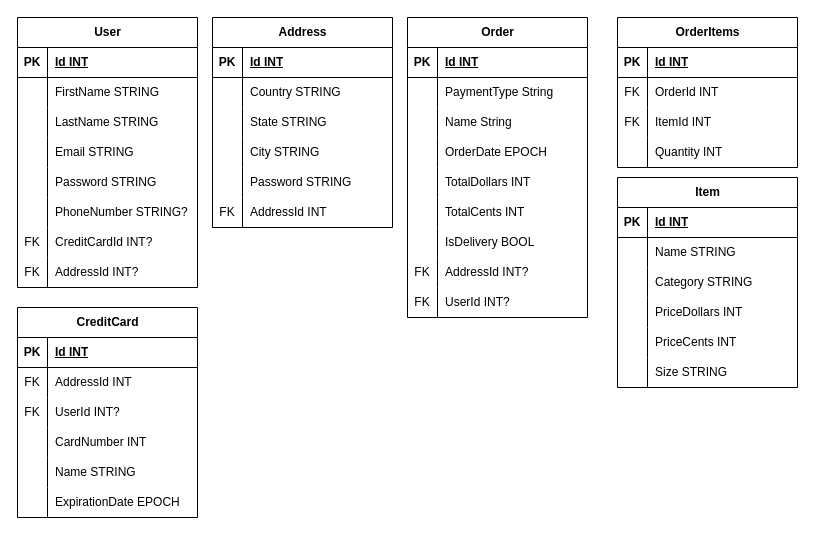
The draw.io diagram Docs/DB_Entities.drawio in bearcrump/wavydaves, before the edit. Source tidied: cells renumbered, new cells numbered last; positions are measured from the earlier drawing's top-left corner, leaving out a move shared by most shapes. Both pictures are drawn from the tidied source at 100%, with x=0, y=0 at pixel (17, 17).
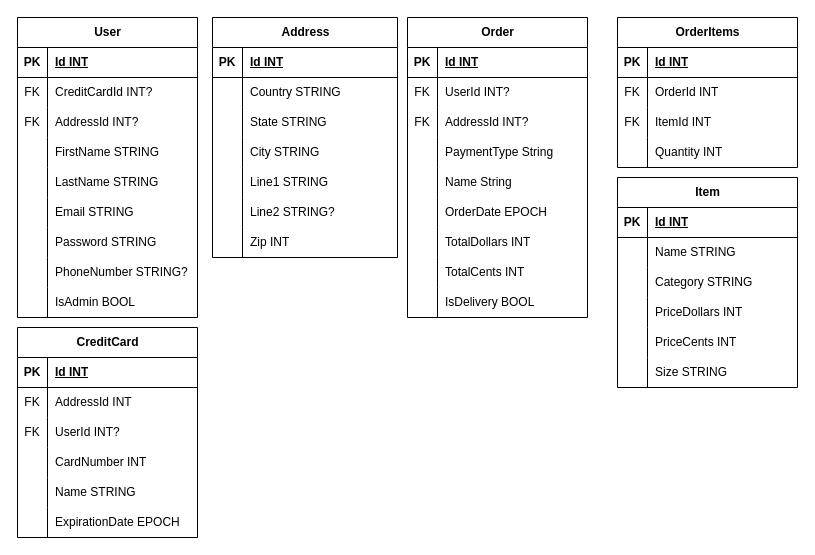
The same page after the edit.

The change refers to these unchanged cells:
```xml
<mxCell id="46" value="Order" style="shape=table;startSize=30;childLayout=tableLayout;rowLines=0;fontStyle=1;align=center;html=1;" parent="1" vertex="1">
  <mxGeometry x="390" width="180" height="300" as="geometry" />
</mxCell>
```

What changed in the source:
```diff
@@
     <mxCell id="2" value="&lt;div&gt;User&lt;/div&gt;" style="shape=table;startSize=30;childLayout=tableLayout;rowLines=0;fontStyle=1;align=center;html=1;" parent="1" vertex="1">
-      <mxGeometry width="180" height="270" as="geometry" />
+      <mxGeometry width="180" height="300" as="geometry" />
     </mxCell>
@@
+    <mxCell id="21" style="shape=tableRow;horizontal=0;startSize=0;swimlaneHead=0;swimlaneBody=0;fillColor=none;top=0;left=0;right=0;bottom=0;" parent="2" vertex="1">
+      <mxGeometry y="60" width="180" height="30" as="geometry" />
+    </mxCell>
+    <mxCell id="22" value="&lt;div&gt;FK&lt;/div&gt;" style="shape=partialRectangle;fillColor=none;top=0;left=0;bottom=0;right=0;overflow=hidden;whiteSpace=wrap;html=1;" parent="21" vertex="1">
+      <mxGeometry width="30" height="30" as="geometry" />
+    </mxCell>
+    <mxCell id="23" value="CreditCardId INT?" style="shape=partialRectangle;fillColor=none;top=0;left=0;bottom=0;right=0;align=left;spacingLeft=6;overflow=hidden;whiteSpace=wrap;html=1;" parent="21" vertex="1">
+      <mxGeometry x="30" width="150" height="30" as="geometry" />
+    </mxCell>
+    <mxCell id="24" style="shape=tableRow;horizontal=0;startSize=0;swimlaneHead=0;swimlaneBody=0;fillColor=none;top=0;left=0;right=0;bottom=0;" parent="2" vertex="1">
+      <mxGeometry y="90" width="180" height="30" as="geometry" />
+    </mxCell>
+    <mxCell id="25" value="FK" style="shape=partialRectangle;fillColor=none;top=0;left=0;bottom=0;right=0;overflow=hidden;whiteSpace=wrap;html=1;" parent="24" vertex="1">
+      <mxGeometry width="30" height="30" as="geometry" />
+    </mxCell>
+    <mxCell id="26" value="AddressId INT?" style="shape=partialRectangle;fillColor=none;top=0;left=0;bottom=0;right=0;align=left;spacingLeft=6;overflow=hidden;whiteSpace=wrap;html=1;" parent="24" vertex="1">
+      <mxGeometry x="30" width="150" height="30" as="geometry" />
+    </mxCell>
     <mxCell id="6" style="shape=tableRow;horizontal=0;startSize=0;swimlaneHead=0;swimlaneBody=0;fillColor=none;top=0;left=0;right=0;bottom=0;" parent="2" vertex="1">
-      <mxGeometry y="60" width="180" height="30" as="geometry" />
+      <mxGeometry y="120" width="180" height="30" as="geometry" />
     </mxCell>
@@
     <mxCell id="9" style="shape=tableRow;horizontal=0;startSize=0;swimlaneHead=0;swimlaneBody=0;fillColor=none;top=0;left=0;right=0;bottom=0;" parent="2" vertex="1">
-      <mxGeometry y="90" width="180" height="30" as="geometry" />
+      <mxGeometry y="150" width="180" height="30" as="geometry" />
     </mxCell>
@@
     <mxCell id="12" style="shape=tableRow;horizontal=0;startSize=0;swimlaneHead=0;swimlaneBody=0;fillColor=none;top=0;left=0;right=0;bottom=0;" parent="2" vertex="1">
-      <mxGeometry y="120" width="180" height="30" as="geometry" />
+      <mxGeometry y="180" width="180" height="30" as="geometry" />
     </mxCell>
@@
     <mxCell id="15" style="shape=tableRow;horizontal=0;startSize=0;swimlaneHead=0;swimlaneBody=0;fillColor=none;top=0;left=0;right=0;bottom=0;" parent="2" vertex="1">
-      <mxGeometry y="150" width="180" height="30" as="geometry" />
+      <mxGeometry y="210" width="180" height="30" as="geometry" />
     </mxCell>
@@
     <mxCell id="18" style="shape=tableRow;horizontal=0;startSize=0;swimlaneHead=0;swimlaneBody=0;fillColor=none;top=0;left=0;right=0;bottom=0;" parent="2" vertex="1">
-      <mxGeometry y="180" width="180" height="30" as="geometry" />
+      <mxGeometry y="240" width="180" height="30" as="geometry" />
     </mxCell>
@@
-    <mxCell id="21" style="shape=tableRow;horizontal=0;startSize=0;swimlaneHead=0;swimlaneBody=0;fillColor=none;top=0;left=0;right=0;bottom=0;" parent="2" vertex="1">
-      <mxGeometry y="210" width="180" height="30" as="geometry" />
-    </mxCell>
-    <mxCell id="22" value="&lt;div&gt;FK&lt;/div&gt;" style="shape=partialRectangle;fillColor=none;top=0;left=0;bottom=0;right=0;overflow=hidden;whiteSpace=wrap;html=1;" parent="21" vertex="1">
-      <mxGeometry width="30" height="30" as="geometry" />
-    </mxCell>
-    <mxCell id="23" value="CreditCardId INT?" style="shape=partialRectangle;fillColor=none;top=0;left=0;bottom=0;right=0;align=left;spacingLeft=6;overflow=hidden;whiteSpace=wrap;html=1;" parent="21" vertex="1">
-      <mxGeometry x="30" width="150" height="30" as="geometry" />
-    </mxCell>
-    <mxCell id="24" style="shape=tableRow;horizontal=0;startSize=0;swimlaneHead=0;swimlaneBody=0;fillColor=none;top=0;left=0;right=0;bottom=0;" parent="2" vertex="1">
-      <mxGeometry y="240" width="180" height="30" as="geometry" />
-    </mxCell>
-    <mxCell id="25" value="FK" style="shape=partialRectangle;fillColor=none;top=0;left=0;bottom=0;right=0;overflow=hidden;whiteSpace=wrap;html=1;" parent="24" vertex="1">
-      <mxGeometry width="30" height="30" as="geometry" />
-    </mxCell>
-    <mxCell id="26" value="AddressId INT?" style="shape=partialRectangle;fillColor=none;top=0;left=0;bottom=0;right=0;align=left;spacingLeft=6;overflow=hidden;whiteSpace=wrap;html=1;" parent="24" vertex="1">
-      <mxGeometry x="30" width="150" height="30" as="geometry" />
-    </mxCell>
+    <mxCell id="125" style="shape=tableRow;horizontal=0;startSize=0;swimlaneHead=0;swimlaneBody=0;fillColor=none;top=0;left=0;right=0;bottom=0;" parent="2" vertex="1">
+      <mxGeometry y="270" width="180" height="30" as="geometry" />
+    </mxCell>
+    <mxCell id="126" style="shape=partialRectangle;fillColor=none;top=0;left=0;bottom=0;right=0;overflow=hidden;whiteSpace=wrap;html=1;" parent="125" vertex="1">
+      <mxGeometry width="30" height="30" as="geometry" />
+    </mxCell>
+    <mxCell id="127" value="IsAdmin BOOL" style="shape=partialRectangle;fillColor=none;top=0;left=0;bottom=0;right=0;align=left;spacingLeft=6;overflow=hidden;whiteSpace=wrap;html=1;" parent="125" vertex="1">
+      <mxGeometry x="30" width="150" height="30" as="geometry" />
+    </mxCell>
     <mxCell id="27" value="Address" style="shape=table;startSize=30;childLayout=tableLayout;rowLines=0;fontStyle=1;align=center;html=1;" parent="1" vertex="1">
-      <mxGeometry x="195" width="180" height="210" as="geometry" />
+      <mxGeometry x="195" width="185" height="240" as="geometry" />
     </mxCell>
     <mxCell id="28" style="shape=tableRow;horizontal=0;startSize=0;swimlaneHead=0;swimlaneBody=0;fillColor=none;top=0;left=0;right=0;bottom=1;" parent="27" vertex="1">
-      <mxGeometry y="30" width="180" height="30" as="geometry" />
+      <mxGeometry y="30" width="185" height="30" as="geometry" />
     </mxCell>
@@
     <mxCell id="30" value="Id INT" style="shape=partialRectangle;fillColor=none;top=0;left=0;bottom=0;right=0;align=left;spacingLeft=6;fontStyle=5;overflow=hidden;whiteSpace=wrap;html=1;" parent="28" vertex="1">
-      <mxGeometry x="30" width="150" height="30" as="geometry" />
+      <mxGeometry x="30" width="155" height="30" as="geometry" />
     </mxCell>
     <mxCell id="31" style="shape=tableRow;horizontal=0;startSize=0;swimlaneHead=0;swimlaneBody=0;fillColor=none;top=0;left=0;right=0;bottom=0;" parent="27" vertex="1">
-      <mxGeometry y="60" width="180" height="30" as="geometry" />
+      <mxGeometry y="60" width="185" height="30" as="geometry" />
     </mxCell>
@@
     <mxCell id="33" value="&lt;div&gt;Country STRING&lt;/div&gt;" style="shape=partialRectangle;fillColor=none;top=0;left=0;bottom=0;right=0;align=left;spacingLeft=6;overflow=hidden;whiteSpace=wrap;html=1;" parent="31" vertex="1">
-      <mxGeometry x="30" width="150" height="30" as="geometry" />
+      <mxGeometry x="30" width="155" height="30" as="geometry" />
     </mxCell>
     <mxCell id="34" style="shape=tableRow;horizontal=0;startSize=0;swimlaneHead=0;swimlaneBody=0;fillColor=none;top=0;left=0;right=0;bottom=0;" parent="27" vertex="1">
-      <mxGeometry y="90" width="180" height="30" as="geometry" />
+      <mxGeometry y="90" width="185" height="30" as="geometry" />
     </mxCell>
@@
     <mxCell id="36" value="State STRING" style="shape=partialRectangle;fillColor=none;top=0;left=0;bottom=0;right=0;align=left;spacingLeft=6;overflow=hidden;whiteSpace=wrap;html=1;" parent="34" vertex="1">
-      <mxGeometry x="30" width="150" height="30" as="geometry" />
+      <mxGeometry x="30" width="155" height="30" as="geometry" />
     </mxCell>
     <mxCell id="37" style="shape=tableRow;horizontal=0;startSize=0;swimlaneHead=0;swimlaneBody=0;fillColor=none;top=0;left=0;right=0;bottom=0;" parent="27" vertex="1">
-      <mxGeometry y="120" width="180" height="30" as="geometry" />
+      <mxGeometry y="120" width="185" height="30" as="geometry" />
     </mxCell>
@@
     <mxCell id="39" value="City STRING" style="shape=partialRectangle;fillColor=none;top=0;left=0;bottom=0;right=0;align=left;spacingLeft=6;overflow=hidden;whiteSpace=wrap;html=1;" parent="37" vertex="1">
-      <mxGeometry x="30" width="150" height="30" as="geometry" />
+      <mxGeometry x="30" width="155" height="30" as="geometry" />
     </mxCell>
-    <mxCell id="40" style="shape=tableRow;horizontal=0;startSize=0;swimlaneHead=0;swimlaneBody=0;fillColor=none;top=0;left=0;right=0;bottom=0;" parent="27" vertex="1">
-      <mxGeometry y="150" width="180" height="30" as="geometry" />
-    </mxCell>
-    <mxCell id="41" style="shape=partialRectangle;fillColor=none;top=0;left=0;bottom=0;right=0;overflow=hidden;whiteSpace=wrap;html=1;" parent="40" vertex="1">
-      <mxGeometry width="30" height="30" as="geometry" />
-    </mxCell>
-    <mxCell id="42" value="Password STRING" style="shape=partialRectangle;fillColor=none;top=0;left=0;bottom=0;right=0;align=left;spacingLeft=6;overflow=hidden;whiteSpace=wrap;html=1;" parent="40" vertex="1">
-      <mxGeometry x="30" width="150" height="30" as="geometry" />
-    </mxCell>
-    <mxCell id="43" style="shape=tableRow;horizontal=0;startSize=0;swimlaneHead=0;swimlaneBody=0;fillColor=none;top=0;left=0;right=0;bottom=0;" parent="27" vertex="1">
-      <mxGeometry y="180" width="180" height="30" as="geometry" />
-    </mxCell>
-    <mxCell id="44" value="FK" style="shape=partialRectangle;fillColor=none;top=0;left=0;bottom=0;right=0;overflow=hidden;whiteSpace=wrap;html=1;" parent="43" vertex="1">
-      <mxGeometry width="30" height="30" as="geometry" />
-    </mxCell>
-    <mxCell id="45" value="AddressId INT" style="shape=partialRectangle;fillColor=none;top=0;left=0;bottom=0;right=0;align=left;spacingLeft=6;overflow=hidden;whiteSpace=wrap;html=1;" parent="43" vertex="1">
-      <mxGeometry x="30" width="150" height="30" as="geometry" />
-    </mxCell>
+    <mxCell id="128" style="shape=tableRow;horizontal=0;startSize=0;swimlaneHead=0;swimlaneBody=0;fillColor=none;top=0;left=0;right=0;bottom=0;" parent="27" vertex="1">
+      <mxGeometry y="150" width="185" height="30" as="geometry" />
+    </mxCell>
+    <mxCell id="129" style="shape=partialRectangle;fillColor=none;top=0;left=0;bottom=0;right=0;overflow=hidden;whiteSpace=wrap;html=1;" parent="128" vertex="1">
+      <mxGeometry width="30" height="30" as="geometry" />
+    </mxCell>
+    <mxCell id="130" value="Line1 STRING" style="shape=partialRectangle;fillColor=none;top=0;left=0;bottom=0;right=0;align=left;spacingLeft=6;overflow=hidden;whiteSpace=wrap;html=1;" parent="128" vertex="1">
+      <mxGeometry x="30" width="155" height="30" as="geometry" />
+    </mxCell>
+    <mxCell id="131" style="shape=tableRow;horizontal=0;startSize=0;swimlaneHead=0;swimlaneBody=0;fillColor=none;top=0;left=0;right=0;bottom=0;" parent="27" vertex="1">
+      <mxGeometry y="180" width="185" height="30" as="geometry" />
+    </mxCell>
+    <mxCell id="132" style="shape=partialRectangle;fillColor=none;top=0;left=0;bottom=0;right=0;overflow=hidden;whiteSpace=wrap;html=1;" parent="131" vertex="1">
+      <mxGeometry width="30" height="30" as="geometry" />
+    </mxCell>
+    <mxCell id="133" value="Line2 STRING?" style="shape=partialRectangle;fillColor=none;top=0;left=0;bottom=0;right=0;align=left;spacingLeft=6;overflow=hidden;whiteSpace=wrap;html=1;" parent="131" vertex="1">
+      <mxGeometry x="30" width="155" height="30" as="geometry" />
+    </mxCell>
+    <mxCell id="134" style="shape=tableRow;horizontal=0;startSize=0;swimlaneHead=0;swimlaneBody=0;fillColor=none;top=0;left=0;right=0;bottom=0;" parent="27" vertex="1">
+      <mxGeometry y="210" width="185" height="30" as="geometry" />
+    </mxCell>
+    <mxCell id="135" style="shape=partialRectangle;fillColor=none;top=0;left=0;bottom=0;right=0;overflow=hidden;whiteSpace=wrap;html=1;" parent="134" vertex="1">
+      <mxGeometry width="30" height="30" as="geometry" />
+    </mxCell>
+    <mxCell id="136" value="Zip INT" style="shape=partialRectangle;fillColor=none;top=0;left=0;bottom=0;right=0;align=left;spacingLeft=6;overflow=hidden;whiteSpace=wrap;html=1;" parent="134" vertex="1">
+      <mxGeometry x="30" width="155" height="30" as="geometry" />
+    </mxCell>
@@
+    <mxCell id="71" style="shape=tableRow;horizontal=0;startSize=0;swimlaneHead=0;swimlaneBody=0;fillColor=none;top=0;left=0;right=0;bottom=0;" parent="46" vertex="1">
+      <mxGeometry y="60" width="180" height="30" as="geometry" />
+    </mxCell>
+    <mxCell id="72" value="FK" style="shape=partialRectangle;fillColor=none;top=0;left=0;bottom=0;right=0;overflow=hidden;whiteSpace=wrap;html=1;" parent="71" vertex="1">
+      <mxGeometry width="30" height="30" as="geometry" />
+    </mxCell>
+    <mxCell id="73" value="UserId INT?" style="shape=partialRectangle;fillColor=none;top=0;left=0;bottom=0;right=0;align=left;spacingLeft=6;overflow=hidden;whiteSpace=wrap;html=1;" parent="71" vertex="1">
+      <mxGeometry x="30" width="150" height="30" as="geometry" />
+    </mxCell>
+    <mxCell id="68" style="shape=tableRow;horizontal=0;startSize=0;swimlaneHead=0;swimlaneBody=0;fillColor=none;top=0;left=0;right=0;bottom=0;" parent="46" vertex="1">
+      <mxGeometry y="90" width="180" height="30" as="geometry" />
+    </mxCell>
+    <mxCell id="69" value="FK" style="shape=partialRectangle;fillColor=none;top=0;left=0;bottom=0;right=0;overflow=hidden;whiteSpace=wrap;html=1;" parent="68" vertex="1">
+      <mxGeometry width="30" height="30" as="geometry" />
+    </mxCell>
+    <mxCell id="70" value="AddressId INT?" style="shape=partialRectangle;fillColor=none;top=0;left=0;bottom=0;right=0;align=left;spacingLeft=6;overflow=hidden;whiteSpace=wrap;html=1;" parent="68" vertex="1">
+      <mxGeometry x="30" width="150" height="30" as="geometry" />
+    </mxCell>
     <mxCell id="50" style="shape=tableRow;horizontal=0;startSize=0;swimlaneHead=0;swimlaneBody=0;fillColor=none;top=0;left=0;right=0;bottom=0;" parent="46" vertex="1">
-      <mxGeometry y="60" width="180" height="30" as="geometry" />
+      <mxGeometry y="120" width="180" height="30" as="geometry" />
     </mxCell>
@@
     <mxCell id="53" style="shape=tableRow;horizontal=0;startSize=0;swimlaneHead=0;swimlaneBody=0;fillColor=none;top=0;left=0;right=0;bottom=0;" parent="46" vertex="1">
-      <mxGeometry y="90" width="180" height="30" as="geometry" />
+      <mxGeometry y="150" width="180" height="30" as="geometry" />
     </mxCell>
@@
     <mxCell id="56" style="shape=tableRow;horizontal=0;startSize=0;swimlaneHead=0;swimlaneBody=0;fillColor=none;top=0;left=0;right=0;bottom=0;" parent="46" vertex="1">
-      <mxGeometry y="120" width="180" height="30" as="geometry" />
+      <mxGeometry y="180" width="180" height="30" as="geometry" />
     </mxCell>
@@
     <mxCell id="59" style="shape=tableRow;horizontal=0;startSize=0;swimlaneHead=0;swimlaneBody=0;fillColor=none;top=0;left=0;right=0;bottom=0;" parent="46" vertex="1">
-      <mxGeometry y="150" width="180" height="30" as="geometry" />
+      <mxGeometry y="210" width="180" height="30" as="geometry" />
     </mxCell>
@@
     <mxCell id="62" style="shape=tableRow;horizontal=0;startSize=0;swimlaneHead=0;swimlaneBody=0;fillColor=none;top=0;left=0;right=0;bottom=0;" parent="46" vertex="1">
-      <mxGeometry y="180" width="180" height="30" as="geometry" />
+      <mxGeometry y="240" width="180" height="30" as="geometry" />
     </mxCell>
@@
     <mxCell id="65" style="shape=tableRow;horizontal=0;startSize=0;swimlaneHead=0;swimlaneBody=0;fillColor=none;top=0;left=0;right=0;bottom=0;" parent="46" vertex="1">
-      <mxGeometry y="210" width="180" height="30" as="geometry" />
+      <mxGeometry y="270" width="180" height="30" as="geometry" />
     </mxCell>
@@
-    <mxCell id="68" style="shape=tableRow;horizontal=0;startSize=0;swimlaneHead=0;swimlaneBody=0;fillColor=none;top=0;left=0;right=0;bottom=0;" parent="46" vertex="1">
-      <mxGeometry y="240" width="180" height="30" as="geometry" />
-    </mxCell>
-    <mxCell id="69" value="FK" style="shape=partialRectangle;fillColor=none;top=0;left=0;bottom=0;right=0;overflow=hidden;whiteSpace=wrap;html=1;" parent="68" vertex="1">
-      <mxGeometry width="30" height="30" as="geometry" />
-    </mxCell>
-    <mxCell id="70" value="AddressId INT?" style="shape=partialRectangle;fillColor=none;top=0;left=0;bottom=0;right=0;align=left;spacingLeft=6;overflow=hidden;whiteSpace=wrap;html=1;" parent="68" vertex="1">
-      <mxGeometry x="30" width="150" height="30" as="geometry" />
-    </mxCell>
-    <mxCell id="71" style="shape=tableRow;horizontal=0;startSize=0;swimlaneHead=0;swimlaneBody=0;fillColor=none;top=0;left=0;right=0;bottom=0;" parent="46" vertex="1">
-      <mxGeometry y="270" width="180" height="30" as="geometry" />
-    </mxCell>
-    <mxCell id="72" value="FK" style="shape=partialRectangle;fillColor=none;top=0;left=0;bottom=0;right=0;overflow=hidden;whiteSpace=wrap;html=1;" parent="71" vertex="1">
-      <mxGeometry width="30" height="30" as="geometry" />
-    </mxCell>
-    <mxCell id="73" value="UserId INT?" style="shape=partialRectangle;fillColor=none;top=0;left=0;bottom=0;right=0;align=left;spacingLeft=6;overflow=hidden;whiteSpace=wrap;html=1;" parent="71" vertex="1">
-      <mxGeometry x="30" width="150" height="30" as="geometry" />
-    </mxCell>
     <mxCell id="74" value="CreditCard" style="shape=table;startSize=30;childLayout=tableLayout;rowLines=0;fontStyle=1;align=center;html=1;" parent="1" vertex="1">
-      <mxGeometry y="290" width="180" height="210" as="geometry" />
+      <mxGeometry y="310" width="180" height="210" as="geometry" />
     </mxCell>
```
